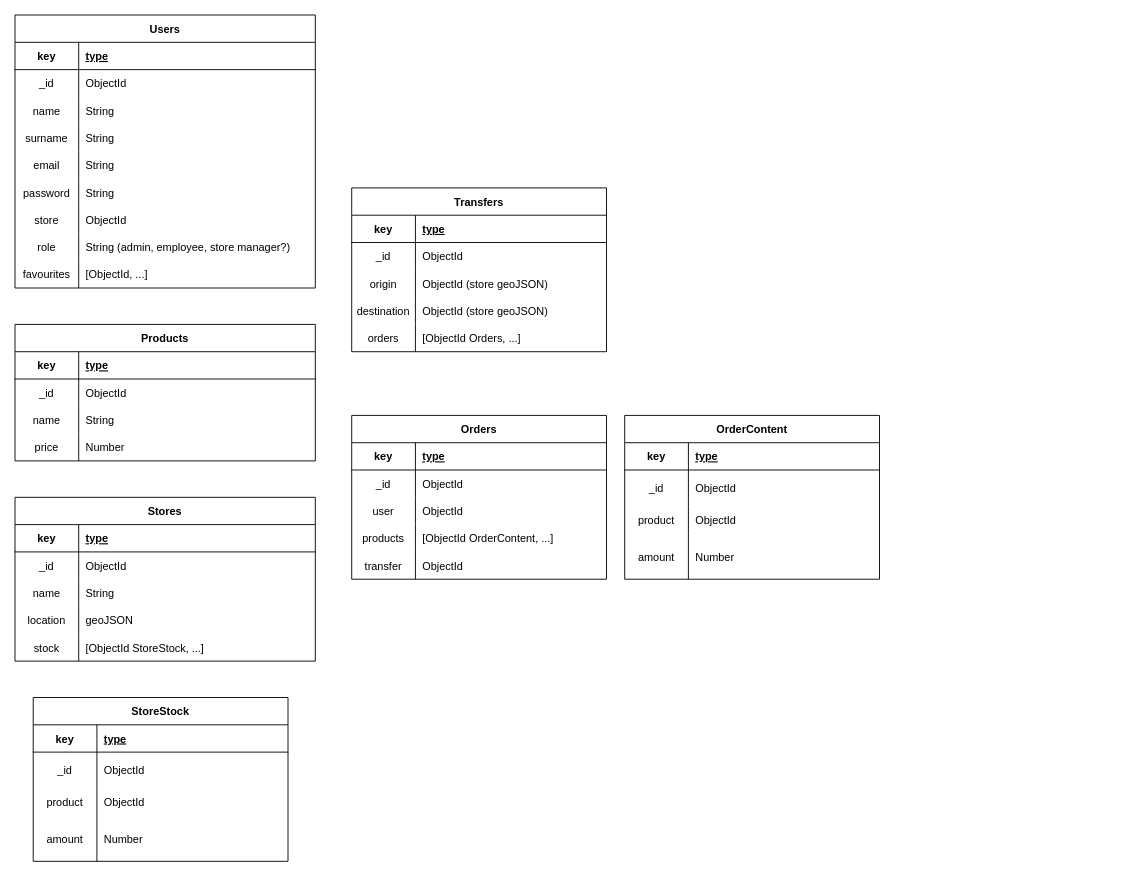
Above: omniSell Diagram.drawio in jesusht87/omniSell-API (draw.io), before the change. Source tidied: cells renumbered, new cells numbered last; positions are measured from the earlier drawing's top-left corner, leaving out a move shared by most shapes. Both pictures are drawn from the tidied source at 91%, with x=0, y=0 at pixel (15, 15).
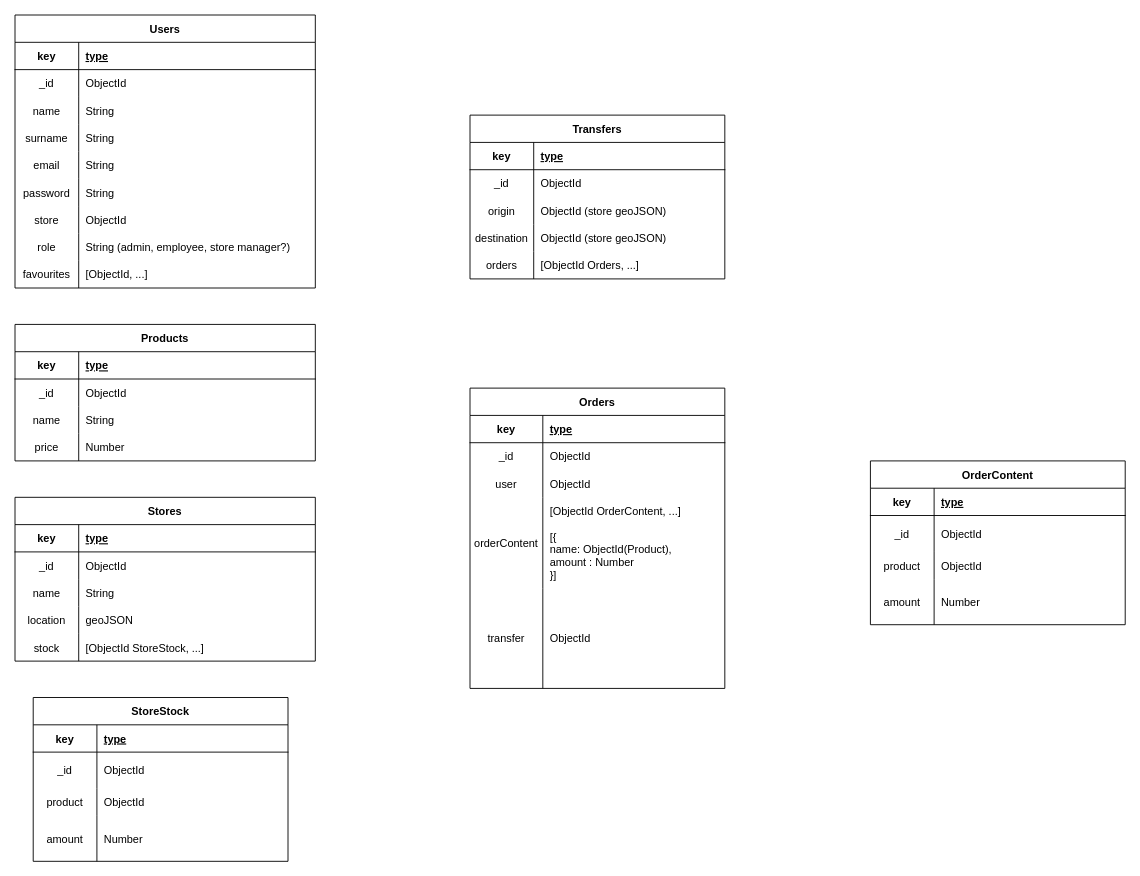
The same diagram, later.

Unchanged cells that the change refers to:
```xml
<mxCell id="60" style="shape=tableRow;horizontal=0;startSize=0;swimlaneHead=0;swimlaneBody=0;fillColor=none;top=0;left=0;right=0;bottom=1;" parent="59" vertex="1">
  <mxGeometry y="30" width="280" height="30" as="geometry" />
</mxCell>
<mxCell id="63" style="shape=tableRow;horizontal=0;startSize=0;swimlaneHead=0;swimlaneBody=0;fillColor=none;top=0;left=0;right=0;bottom=0;" parent="59" vertex="1">
  <mxGeometry y="60" width="280" height="30" as="geometry" />
</mxCell>
<mxCell id="66" style="shape=tableRow;horizontal=0;startSize=0;swimlaneHead=0;swimlaneBody=0;fillColor=none;top=0;left=0;right=0;bottom=0;" parent="59" vertex="1">
  <mxGeometry y="90" width="280" height="30" as="geometry" />
</mxCell>
```

Diff of the diagram source:
```diff
@@
     <mxCell id="59" value="Orders" style="shape=table;startSize=30;childLayout=tableLayout;rowLines=0;fontStyle=1;align=center;" parent="1" vertex="1">
-      <mxGeometry x="370" y="440" width="280" height="180" as="geometry" />
+      <mxGeometry x="500" y="410" width="280" height="330" as="geometry" />
     </mxCell>
@@
     <mxCell id="61" value="key" style="shape=partialRectangle;fillColor=none;top=0;left=0;bottom=0;right=0;fontStyle=1;overflow=hidden;" parent="60" vertex="1">
-      <mxGeometry width="70" height="30" as="geometry" />
+      <mxGeometry width="80" height="30" as="geometry" />
     </mxCell>
     <mxCell id="62" value="type" style="shape=partialRectangle;fillColor=none;top=0;left=0;bottom=0;right=0;align=left;spacingLeft=6;fontStyle=5;overflow=hidden;" parent="60" vertex="1">
-      <mxGeometry x="70" width="210" height="30" as="geometry" />
+      <mxGeometry x="80" width="200" height="30" as="geometry" />
     </mxCell>
@@
     <mxCell id="64" value="_id" style="shape=partialRectangle;fillColor=none;top=0;left=0;bottom=0;right=0;overflow=hidden;" parent="63" vertex="1">
-      <mxGeometry width="70" height="30" as="geometry" />
+      <mxGeometry width="80" height="30" as="geometry" />
     </mxCell>
     <mxCell id="65" value="ObjectId" style="shape=partialRectangle;fillColor=none;top=0;left=0;bottom=0;right=0;align=left;spacingLeft=6;overflow=hidden;" parent="63" vertex="1">
-      <mxGeometry x="70" width="210" height="30" as="geometry" />
+      <mxGeometry x="80" width="200" height="30" as="geometry" />
     </mxCell>
@@
     <mxCell id="67" value="user" style="shape=partialRectangle;fillColor=none;top=0;left=0;bottom=0;right=0;overflow=hidden;" parent="66" vertex="1">
-      <mxGeometry width="70" height="30" as="geometry" />
+      <mxGeometry width="80" height="30" as="geometry" />
     </mxCell>
     <mxCell id="68" value="ObjectId" style="shape=partialRectangle;fillColor=none;top=0;left=0;bottom=0;right=0;align=left;spacingLeft=6;overflow=hidden;" parent="66" vertex="1">
-      <mxGeometry x="70" width="210" height="30" as="geometry" />
+      <mxGeometry x="80" width="200" height="30" as="geometry" />
     </mxCell>
     <mxCell id="69" style="shape=tableRow;horizontal=0;startSize=0;swimlaneHead=0;swimlaneBody=0;fillColor=none;top=0;left=0;right=0;bottom=0;" parent="59" vertex="1">
-      <mxGeometry y="120" width="280" height="30" as="geometry" />
+      <mxGeometry y="120" width="280" height="100" as="geometry" />
     </mxCell>
-    <mxCell id="70" value="products" style="shape=partialRectangle;fillColor=none;top=0;left=0;bottom=0;right=0;overflow=hidden;" parent="69" vertex="1">
-      <mxGeometry width="70" height="30" as="geometry" />
+    <mxCell id="70" value="orderContent" style="shape=partialRectangle;fillColor=none;top=0;left=0;bottom=0;right=0;overflow=hidden;" parent="69" vertex="1">
+      <mxGeometry width="80" height="100" as="geometry" />
     </mxCell>
-    <mxCell id="71" value="[ObjectId OrderContent, ...]" style="shape=partialRectangle;fillColor=none;top=0;left=0;bottom=0;right=0;align=left;spacingLeft=6;overflow=hidden;" parent="69" vertex="1">
-      <mxGeometry x="70" width="210" height="30" as="geometry" />
+    <mxCell id="71" value="[ObjectId OrderContent, ...]&#10;&#10;[{&#10;name: ObjectId(Product),&#10;amount : Number&#10;}]" style="shape=partialRectangle;fillColor=none;top=0;left=0;bottom=0;right=0;align=left;spacingLeft=6;overflow=hidden;" parent="69" vertex="1">
+      <mxGeometry x="80" width="200" height="100" as="geometry" />
     </mxCell>
     <mxCell id="72" style="shape=tableRow;horizontal=0;startSize=0;swimlaneHead=0;swimlaneBody=0;fillColor=none;top=0;left=0;right=0;bottom=0;" parent="59" vertex="1">
-      <mxGeometry y="150" width="280" height="30" as="geometry" />
+      <mxGeometry y="220" width="280" height="110" as="geometry" />
     </mxCell>
     <mxCell id="73" value="transfer" style="shape=partialRectangle;fillColor=none;top=0;left=0;bottom=0;right=0;overflow=hidden;" parent="72" vertex="1">
-      <mxGeometry width="70" height="30" as="geometry" />
+      <mxGeometry width="80" height="110" as="geometry" />
     </mxCell>
     <mxCell id="74" value="ObjectId" style="shape=partialRectangle;fillColor=none;top=0;left=0;bottom=0;right=0;align=left;spacingLeft=6;overflow=hidden;" parent="72" vertex="1">
-      <mxGeometry x="70" width="210" height="30" as="geometry" />
+      <mxGeometry x="80" width="200" height="110" as="geometry" />
     </mxCell>
     <mxCell id="75" value="Transfers" style="shape=table;startSize=30;childLayout=tableLayout;rowLines=0;fontStyle=1;align=center;" parent="1" vertex="1">
-      <mxGeometry x="370" y="190" width="280" height="180" as="geometry" />
+      <mxGeometry x="500" y="110" width="280" height="180" as="geometry" />
     </mxCell>
@@
     <mxCell id="91" value="OrderContent" style="shape=table;startSize=30;childLayout=tableLayout;rowLines=0;fontStyle=1;align=center;" parent="1" vertex="1">
-      <mxGeometry x="670" y="440" width="280" height="180" as="geometry" />
+      <mxGeometry x="940" y="490" width="280" height="180" as="geometry" />
     </mxCell>
```
